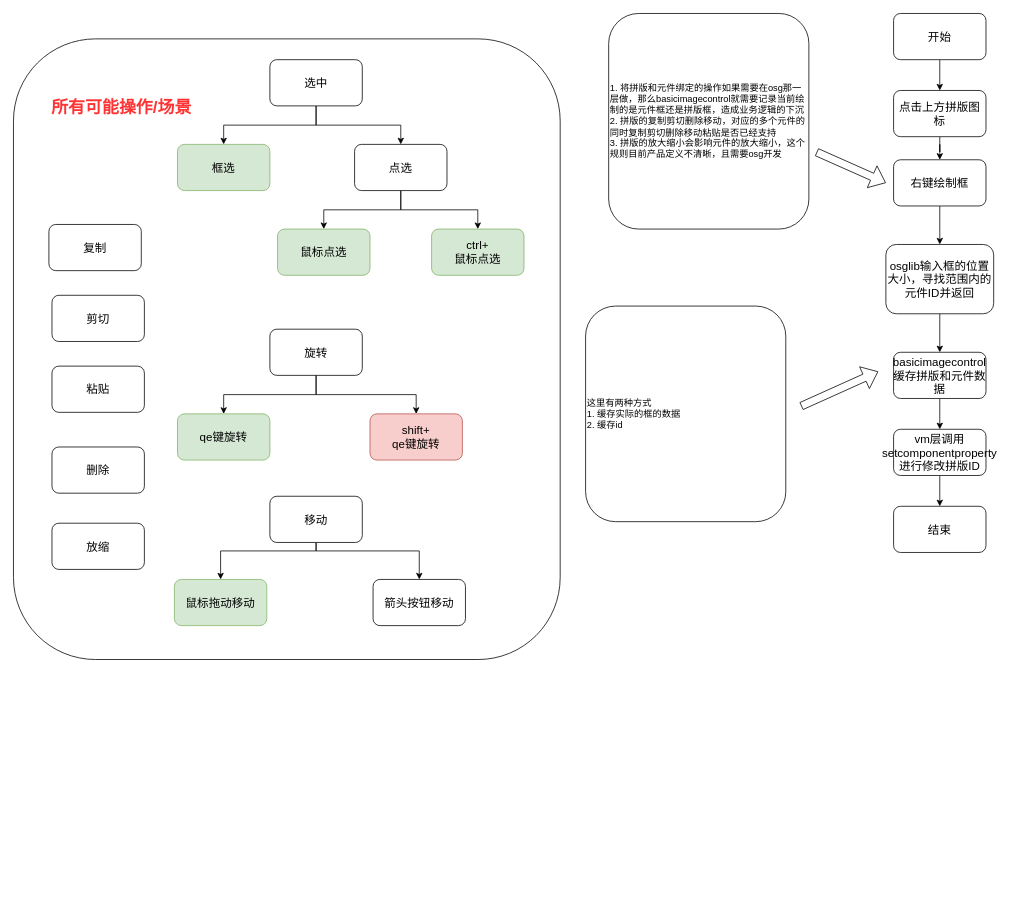
Earlier version of the draw.io diagram 新建拼版流程图.drawio (notThisMoment/drawIo). Source tidied: cells renumbered, new cells numbered last; positions are measured from the earlier drawing's top-left corner, leaving out a move shared by most shapes. Both pictures are drawn from the tidied source at 77%, with x=0, y=0 at pixel (13, 13).
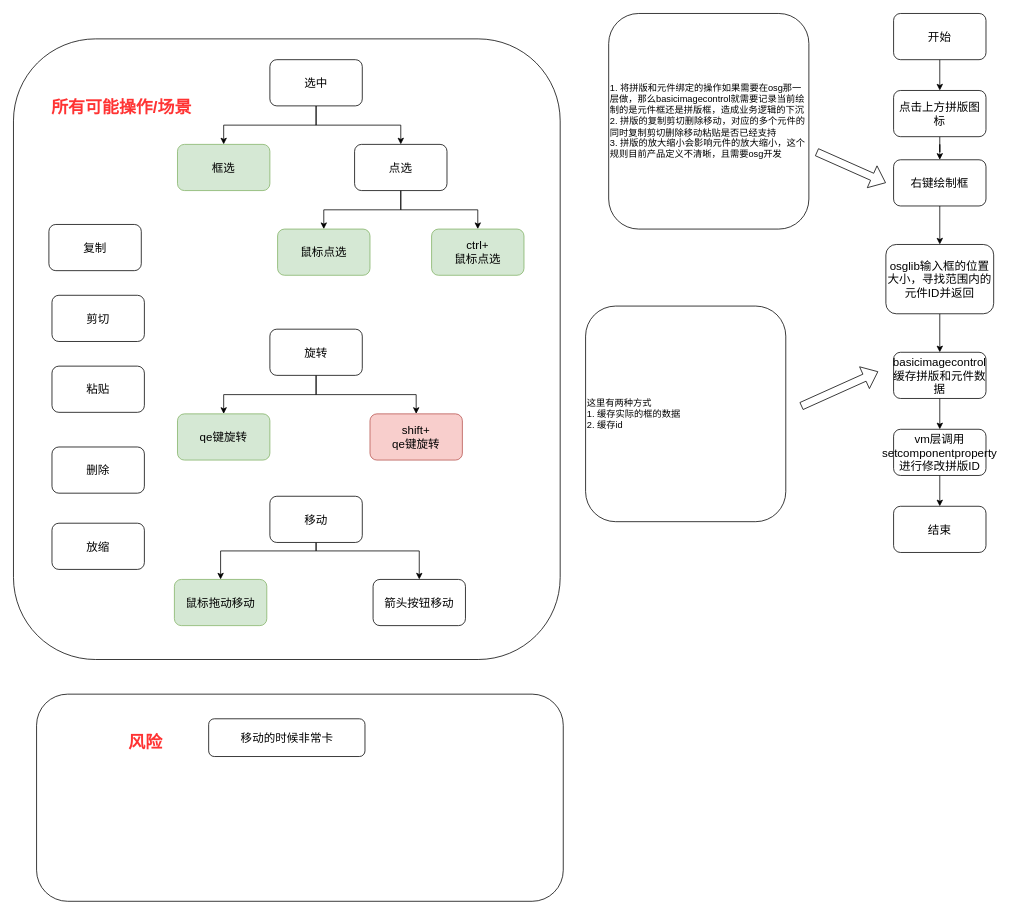
Above is the later version.

Commit message:
更新新建拼版流程图.drawio

Change to the diagram source:
```diff
@@
+    <mxCell id="45" style="rounded=1;whiteSpace=wrap;html=1;" parent="1" vertex="1">
+      <mxGeometry x="30" y="884" width="684" height="269" as="geometry" />
+    </mxCell>
+    <mxCell id="46" value="风险" style="text;html=1;strokeColor=none;fillColor=none;align=center;verticalAlign=middle;whiteSpace=wrap;rounded=0;fontSize=22;fontColor=#FF3333;fontStyle=1;" parent="1" vertex="1">
+      <mxGeometry x="66" y="916" width="211" height="61" as="geometry" />
+    </mxCell>
+    <mxCell id="47" value="移动的时候非常卡" style="rounded=1;whiteSpace=wrap;html=1;fontSize=15;" parent="1" vertex="1">
+      <mxGeometry x="253.5" y="916" width="203" height="49" as="geometry" />
+    </mxCell>
```
